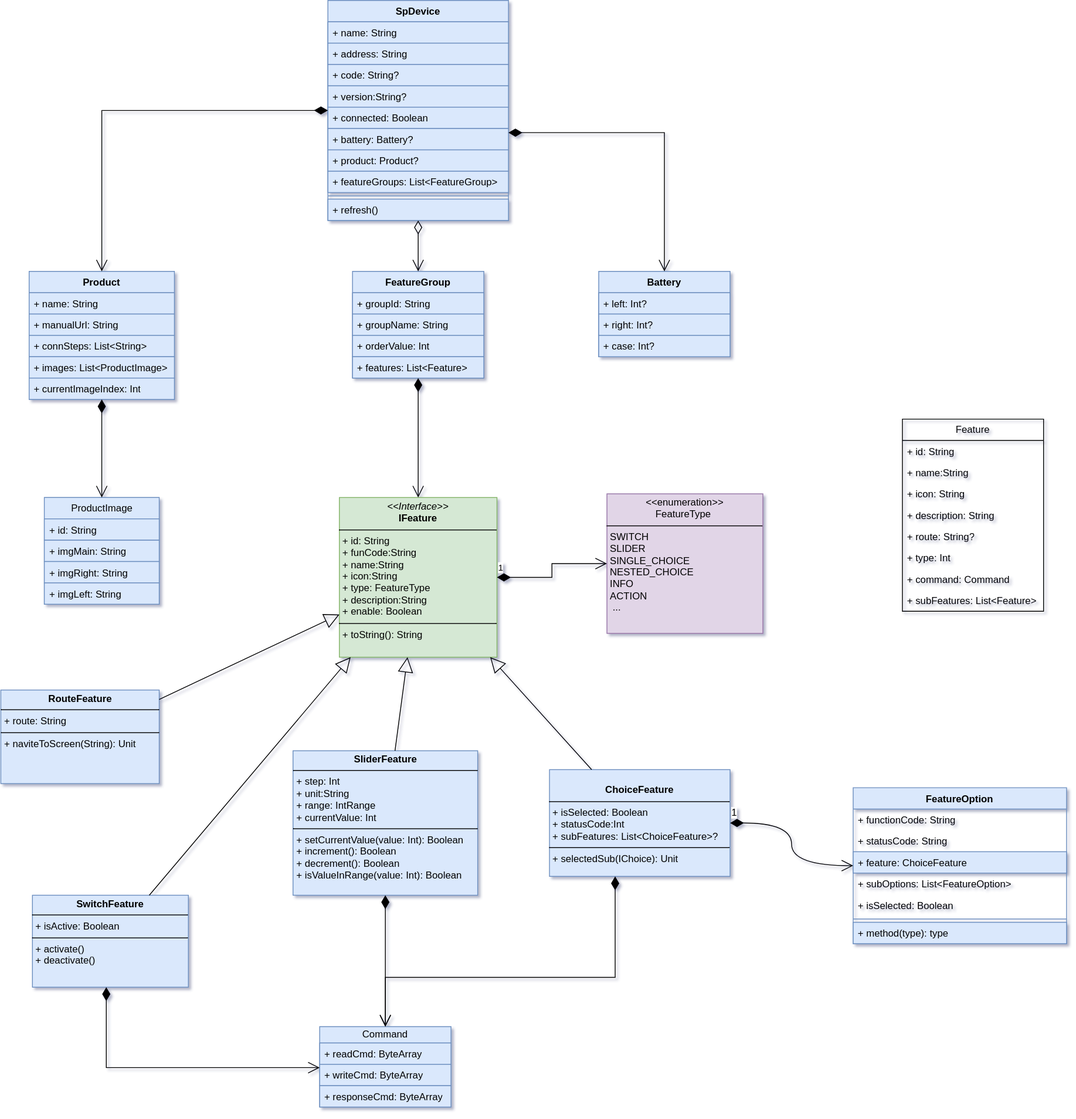
The draw.io diagram sp-device.drawio.svg in kekemao00/draw-libs, before a commit. Source tidied: cells renumbered, new cells last; positions are measured from the earlier drawing's top-left corner, leaving out a move shared by most shapes.
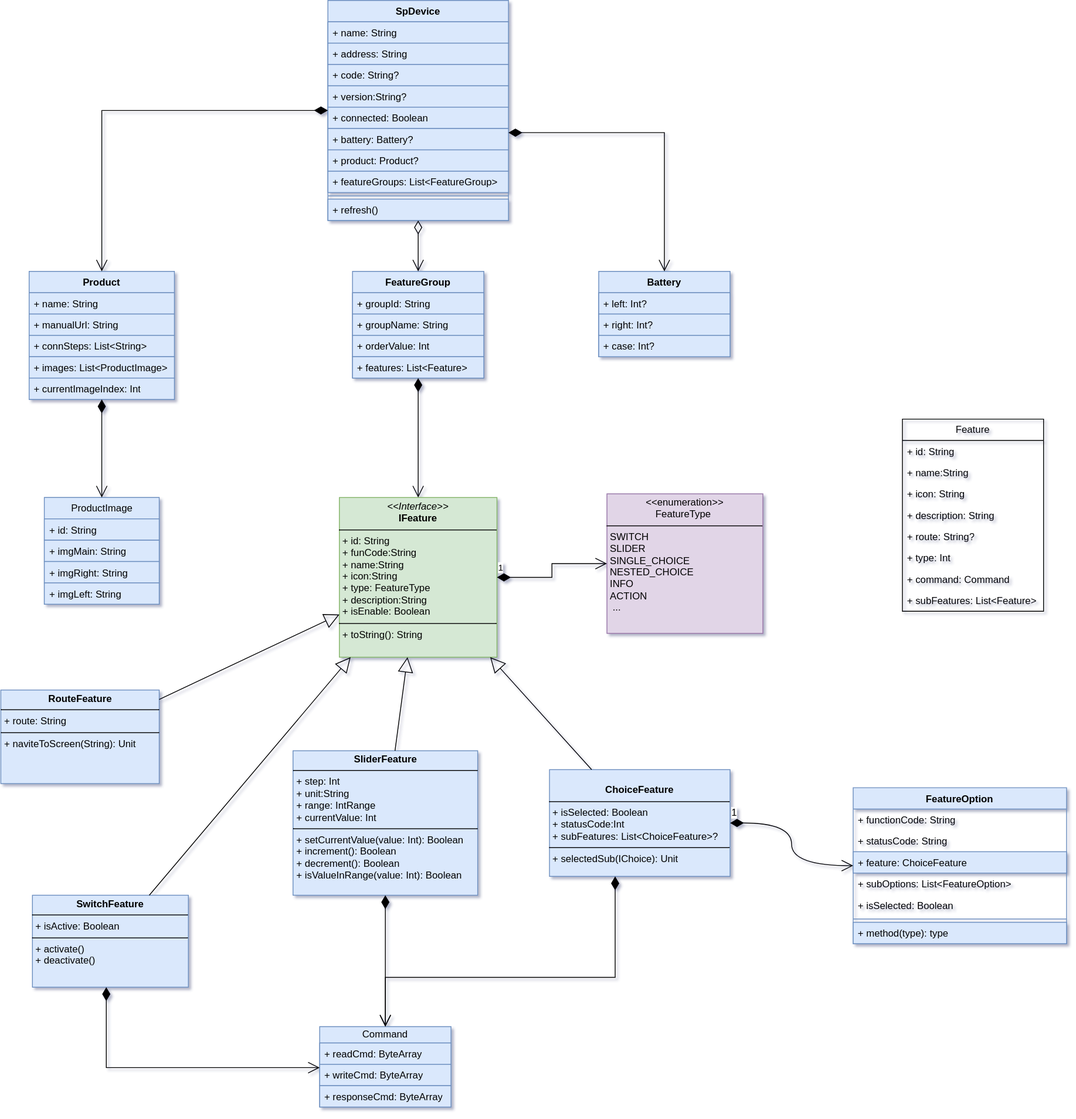
Later version of the same file.

Change to the diagram source:
```diff
@@ -134,7 +134,7 @@
     <mxCell id="45" value="+ responseCmd: ByteArray" style="text;strokeColor=#6c8ebf;fillColor=#dae8fc;align=left;verticalAlign=top;spacingLeft=4;spacingRight=4;overflow=hidden;whiteSpace=wrap;html=1;" parent="42" vertex="1">
       <mxGeometry y="72" width="160" height="26" as="geometry" />
     </mxCell>
-    <mxCell id="46" value="&lt;p style=&quot;margin:0px;margin-top:4px;text-align:center;&quot;&gt;&lt;i&gt;&amp;lt;&amp;lt;Interface&amp;gt;&amp;gt;&lt;/i&gt;&lt;br&gt;&lt;b&gt;IFeature&lt;/b&gt;&lt;/p&gt;&lt;hr size=&quot;1&quot; style=&quot;border-style:solid;&quot;&gt;&lt;p style=&quot;margin:0px;margin-left:4px;&quot;&gt;+ id: String&lt;br&gt;+ funCode:String&lt;br&gt;+ name:String&lt;br&gt;+ icon:String&lt;br&gt;+ type:&amp;nbsp;&lt;span style=&quot;text-align: center;&quot;&gt;FeatureType&amp;nbsp;&lt;/span&gt;&lt;br&gt;+ description:String&lt;br&gt;+&amp;nbsp;enable: Boolean&lt;/p&gt;&lt;hr size=&quot;1&quot; style=&quot;border-style:solid;&quot;&gt;&lt;p style=&quot;margin:0px;margin-left:4px;&quot;&gt;+ toString(): String&lt;br&gt;&lt;/p&gt;" style="verticalAlign=top;align=left;overflow=fill;html=1;whiteSpace=wrap;fillColor=#d5e8d4;strokeColor=#82b366;" parent="1" vertex="1">
+    <mxCell id="46" value="&lt;p style=&quot;margin:0px;margin-top:4px;text-align:center;&quot;&gt;&lt;i&gt;&amp;lt;&amp;lt;Interface&amp;gt;&amp;gt;&lt;/i&gt;&lt;br&gt;&lt;b&gt;IFeature&lt;/b&gt;&lt;/p&gt;&lt;hr size=&quot;1&quot; style=&quot;border-style:solid;&quot;&gt;&lt;p style=&quot;margin:0px;margin-left:4px;&quot;&gt;+ id: String&lt;br&gt;+ funCode:String&lt;br&gt;+ name:String&lt;br&gt;+ icon:String&lt;br&gt;+ type:&amp;nbsp;&lt;span style=&quot;text-align: center;&quot;&gt;FeatureType&amp;nbsp;&lt;/span&gt;&lt;br&gt;+ description:String&lt;br&gt;+ isEnable: Boolean&lt;/p&gt;&lt;hr size=&quot;1&quot; style=&quot;border-style:solid;&quot;&gt;&lt;p style=&quot;margin:0px;margin-left:4px;&quot;&gt;+ toString(): String&lt;br&gt;&lt;/p&gt;" style="verticalAlign=top;align=left;overflow=fill;html=1;whiteSpace=wrap;fillColor=#d5e8d4;strokeColor=#82b366;" parent="1" vertex="1">
       <mxGeometry x="412" y="605.5" width="192" height="194.5" as="geometry" />
     </mxCell>
     <mxCell id="47" value="&lt;p style=&quot;margin:0px;margin-top:4px;text-align:center;&quot;&gt;&lt;b&gt;RouteFeature&lt;/b&gt;&lt;/p&gt;&lt;hr size=&quot;1&quot; style=&quot;border-style:solid;&quot;&gt;&lt;p style=&quot;margin:0px;margin-left:4px;&quot;&gt;+ route: String&lt;/p&gt;&lt;hr size=&quot;1&quot; style=&quot;border-style:solid;&quot;&gt;&lt;p style=&quot;margin:0px;margin-left:4px;&quot;&gt;+ naviteToScreen(String): Unit&lt;br&gt;&lt;/p&gt;" style="verticalAlign=top;align=left;overflow=fill;html=1;whiteSpace=wrap;fillColor=#dae8fc;strokeColor=#6c8ebf;" parent="1" vertex="1">
```
